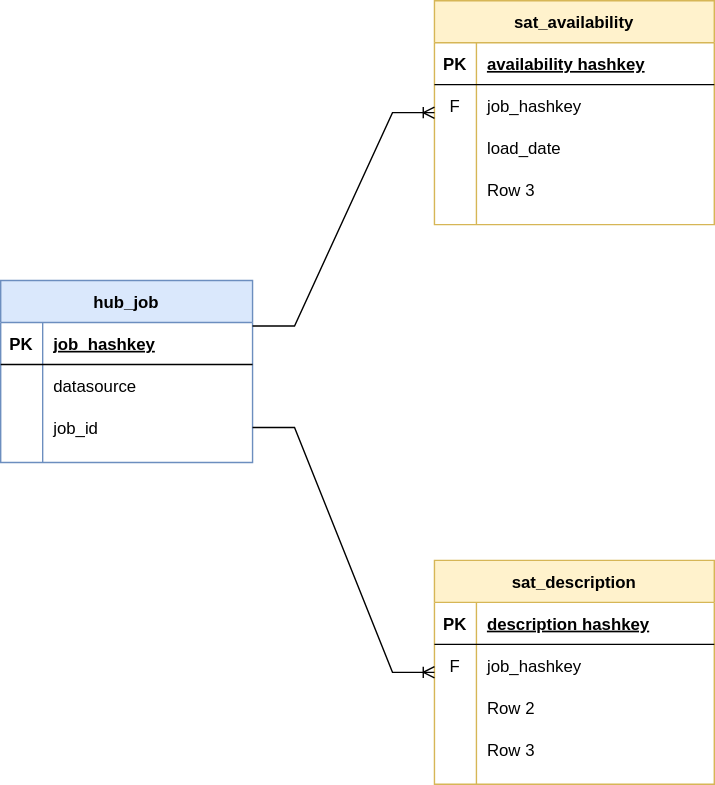
Before: doc/data-vault-model.drawio.svg, a diagram exported from draw.io (petracarrion/job-market-analytics). Source tidied: cells renumbered, new cells last; positions are measured from the earlier drawing's top-left corner, leaving out a move shared by most shapes.
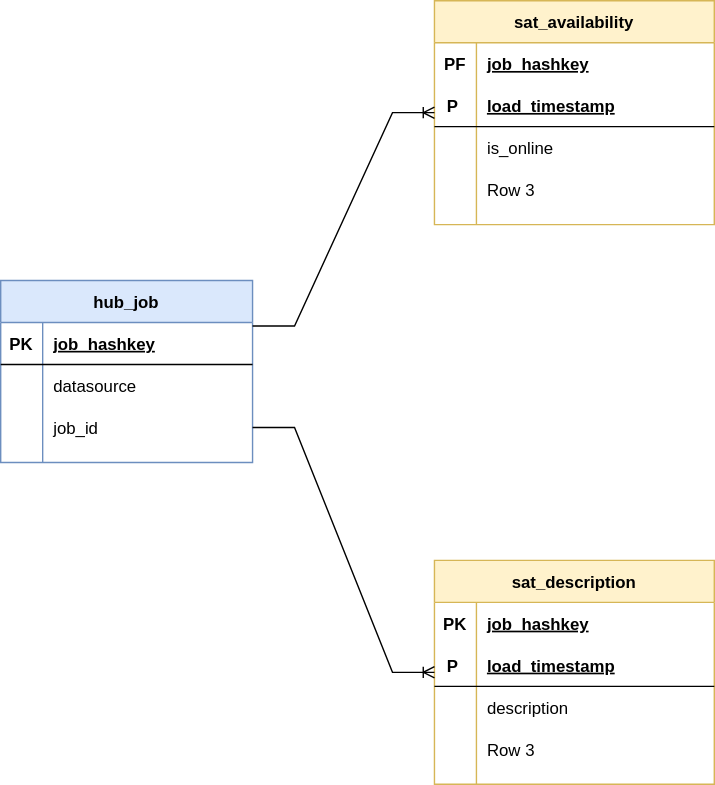
The same diagram one commit later.

Change to the diagram source:
```diff
@@ -5,33 +5,33 @@
     <mxCell id="2" value="sat_availability" style="shape=table;startSize=30;rowLines=0;fontStyle=1;align=center;fillColor=#FFF2CC;strokeColor=#d6b656;swimlaneFillColor=default;" parent="1" vertex="1">
       <mxGeometry x="310" width="200" height="160" as="geometry" />
     </mxCell>
-    <mxCell id="3" style="shape=partialRectangle;fillColor=none;top=0;left=0;bottom=1;right=0;" parent="2" vertex="1">
+    <mxCell id="3" style="shape=partialRectangle;fillColor=none;top=0;left=0;bottom=1;right=0;strokeColor=none;" parent="2" vertex="1">
       <mxGeometry y="30" width="200" height="30" as="geometry" />
     </mxCell>
-    <mxCell id="4" value="PK" style="shape=partialRectangle;fillColor=none;top=0;left=0;bottom=0;right=0;fontStyle=1;overflow=hidden;" parent="3" vertex="1">
+    <mxCell id="4" value="PF" style="shape=partialRectangle;fillColor=none;top=0;left=0;bottom=0;right=0;fontStyle=1;overflow=hidden;" parent="3" vertex="1">
       <mxGeometry width="30" height="30" as="geometry" />
     </mxCell>
-    <mxCell id="5" value="availability hashkey" style="shape=partialRectangle;fillColor=none;top=0;left=0;bottom=0;right=0;align=left;spacingLeft=6;fontStyle=5;overflow=hidden;" parent="3" vertex="1">
+    <mxCell id="5" value="job_hashkey" style="shape=partialRectangle;fillColor=none;top=0;left=0;bottom=0;right=0;align=left;spacingLeft=6;fontStyle=5;overflow=hidden;" parent="3" vertex="1">
       <mxGeometry x="30" width="170" height="30" as="geometry" />
     </mxCell>
+    <mxCell id="40" style="shape=partialRectangle;fillColor=none;top=0;left=0;bottom=1;right=0;" parent="2" vertex="1">
+      <mxGeometry y="60" width="200" height="30" as="geometry" />
+    </mxCell>
+    <mxCell id="41" value="P " style="shape=partialRectangle;fillColor=none;top=0;left=0;bottom=0;right=0;fontStyle=1;overflow=hidden;" parent="40" vertex="1">
+      <mxGeometry width="30" height="30" as="geometry" />
+    </mxCell>
+    <mxCell id="42" value="load_timestamp" style="shape=partialRectangle;fillColor=none;top=0;left=0;bottom=0;right=0;align=left;spacingLeft=6;fontStyle=5;overflow=hidden;" parent="40" vertex="1">
+      <mxGeometry x="30" width="170" height="30" as="geometry" />
+    </mxCell>
     <mxCell id="6" style="shape=partialRectangle;fillColor=none;top=0;left=0;bottom=0;right=0;" parent="2" vertex="1">
-      <mxGeometry y="60" width="200" height="30" as="geometry" />
+      <mxGeometry y="90" width="200" height="30" as="geometry" />
     </mxCell>
-    <mxCell id="7" value="F" style="shape=partialRectangle;fillColor=none;top=0;left=0;bottom=0;right=0;overflow=hidden;" parent="6" vertex="1">
+    <mxCell id="7" style="shape=partialRectangle;fillColor=none;top=0;left=0;bottom=0;right=0;overflow=hidden;" parent="6" vertex="1">
       <mxGeometry width="30" height="30" as="geometry" />
     </mxCell>
-    <mxCell id="8" value="job_hashkey" style="shape=partialRectangle;fillColor=none;top=0;left=0;bottom=0;right=0;align=left;spacingLeft=6;overflow=hidden;" parent="6" vertex="1">
+    <mxCell id="8" value="is_online" style="shape=partialRectangle;fillColor=none;top=0;left=0;bottom=0;right=0;align=left;spacingLeft=6;overflow=hidden;" parent="6" vertex="1">
       <mxGeometry x="30" width="170" height="30" as="geometry" />
     </mxCell>
-    <mxCell id="9" style="shape=partialRectangle;fillColor=none;top=0;left=0;bottom=0;right=0;" parent="2" vertex="1">
-      <mxGeometry y="90" width="200" height="30" as="geometry" />
-    </mxCell>
-    <mxCell id="10" style="shape=partialRectangle;fillColor=none;top=0;left=0;bottom=0;right=0;overflow=hidden;" parent="9" vertex="1">
-      <mxGeometry width="30" height="30" as="geometry" />
-    </mxCell>
-    <mxCell id="11" value="load_date" style="shape=partialRectangle;fillColor=none;top=0;left=0;bottom=0;right=0;align=left;spacingLeft=6;overflow=hidden;" parent="9" vertex="1">
-      <mxGeometry x="30" width="170" height="30" as="geometry" />
-    </mxCell>
     <mxCell id="12" style="shape=partialRectangle;fillColor=none;top=0;left=0;bottom=0;right=0;" parent="2" vertex="1">
       <mxGeometry y="120" width="200" height="30" as="geometry" />
     </mxCell>
@@ -77,33 +77,33 @@
     <mxCell id="26" value="sat_description" style="shape=table;startSize=30;rowLines=0;fontStyle=1;align=center;fillColor=#FFF2CC;strokeColor=#d6b656;swimlaneFillColor=default;" parent="1" vertex="1">
       <mxGeometry x="310" y="400" width="200" height="160" as="geometry" />
     </mxCell>
-    <mxCell id="27" style="shape=partialRectangle;fillColor=none;top=0;left=0;bottom=1;right=0;" parent="26" vertex="1">
+    <mxCell id="27" style="shape=partialRectangle;fillColor=none;top=0;left=0;bottom=1;right=0;strokeColor=none;" parent="26" vertex="1">
       <mxGeometry y="30" width="200" height="30" as="geometry" />
     </mxCell>
     <mxCell id="28" value="PK" style="shape=partialRectangle;fillColor=none;top=0;left=0;bottom=0;right=0;fontStyle=1;overflow=hidden;" parent="27" vertex="1">
       <mxGeometry width="30" height="30" as="geometry" />
     </mxCell>
-    <mxCell id="29" value="description hashkey" style="shape=partialRectangle;fillColor=none;top=0;left=0;bottom=0;right=0;align=left;spacingLeft=6;fontStyle=5;overflow=hidden;" parent="27" vertex="1">
+    <mxCell id="29" value="job_hashkey" style="shape=partialRectangle;fillColor=none;top=0;left=0;bottom=0;right=0;align=left;spacingLeft=6;fontStyle=5;overflow=hidden;" parent="27" vertex="1">
       <mxGeometry x="30" width="170" height="30" as="geometry" />
     </mxCell>
+    <mxCell id="43" style="shape=partialRectangle;fillColor=none;top=0;left=0;bottom=1;right=0;" parent="26" vertex="1">
+      <mxGeometry y="60" width="200" height="30" as="geometry" />
+    </mxCell>
+    <mxCell id="44" value="P " style="shape=partialRectangle;fillColor=none;top=0;left=0;bottom=0;right=0;fontStyle=1;overflow=hidden;" parent="43" vertex="1">
+      <mxGeometry width="30" height="30" as="geometry" />
+    </mxCell>
+    <mxCell id="45" value="load_timestamp" style="shape=partialRectangle;fillColor=none;top=0;left=0;bottom=0;right=0;align=left;spacingLeft=6;fontStyle=5;overflow=hidden;" parent="43" vertex="1">
+      <mxGeometry x="30" width="170" height="30" as="geometry" />
+    </mxCell>
     <mxCell id="30" style="shape=partialRectangle;fillColor=none;top=0;left=0;bottom=0;right=0;" parent="26" vertex="1">
-      <mxGeometry y="60" width="200" height="30" as="geometry" />
+      <mxGeometry y="90" width="200" height="30" as="geometry" />
     </mxCell>
-    <mxCell id="31" value="F" style="shape=partialRectangle;fillColor=none;top=0;left=0;bottom=0;right=0;overflow=hidden;" parent="30" vertex="1">
+    <mxCell id="31" style="shape=partialRectangle;fillColor=none;top=0;left=0;bottom=0;right=0;overflow=hidden;" parent="30" vertex="1">
       <mxGeometry width="30" height="30" as="geometry" />
     </mxCell>
-    <mxCell id="32" value="job_hashkey" style="shape=partialRectangle;fillColor=none;top=0;left=0;bottom=0;right=0;align=left;spacingLeft=6;overflow=hidden;" parent="30" vertex="1">
+    <mxCell id="32" value="description" style="shape=partialRectangle;fillColor=none;top=0;left=0;bottom=0;right=0;align=left;spacingLeft=6;overflow=hidden;" parent="30" vertex="1">
       <mxGeometry x="30" width="170" height="30" as="geometry" />
     </mxCell>
-    <mxCell id="33" style="shape=partialRectangle;fillColor=none;top=0;left=0;bottom=0;right=0;" parent="26" vertex="1">
-      <mxGeometry y="90" width="200" height="30" as="geometry" />
-    </mxCell>
-    <mxCell id="34" style="shape=partialRectangle;fillColor=none;top=0;left=0;bottom=0;right=0;overflow=hidden;" parent="33" vertex="1">
-      <mxGeometry width="30" height="30" as="geometry" />
-    </mxCell>
-    <mxCell id="35" value="Row 2" style="shape=partialRectangle;fillColor=none;top=0;left=0;bottom=0;right=0;align=left;spacingLeft=6;overflow=hidden;" parent="33" vertex="1">
-      <mxGeometry x="30" width="170" height="30" as="geometry" />
-    </mxCell>
     <mxCell id="36" style="shape=partialRectangle;fillColor=none;top=0;left=0;bottom=0;right=0;" parent="26" vertex="1">
       <mxGeometry y="120" width="200" height="30" as="geometry" />
     </mxCell>
```
